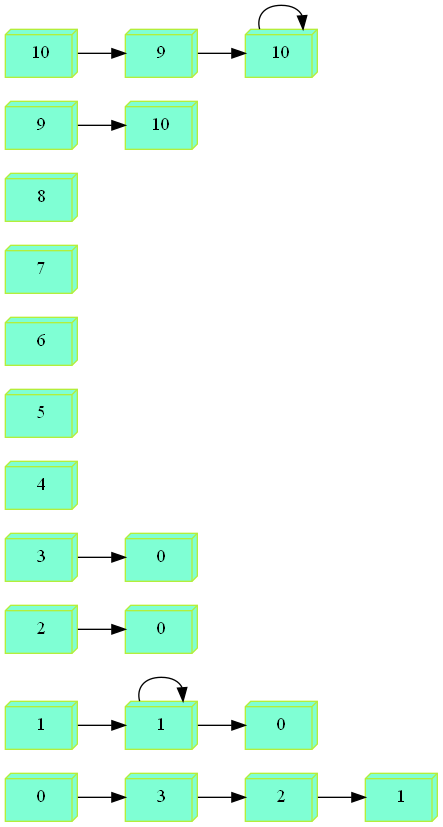
This is Fase 2/ListaAdy.png from Geuz99/-EDD_2S-BatallaNaval_201800500, a Graphviz export, as it was before one commit. Its source is kept beside it as Fase 2/ListaAdy.dot.
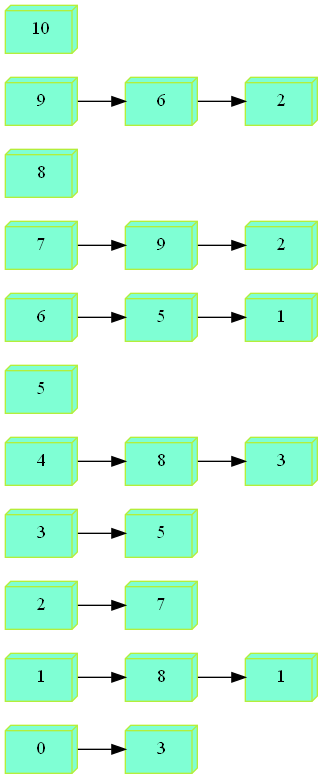
After the commit.

Change to the diagram source:
```diff
@@ -1,38 +1,39 @@
-digraph prueba{
+digraph ListaAdy{
 node [shape=box3d, style=filled, color=olivedrab2, fillcolor=aquamarine];
 rankdir=LR
  vertice0 [label = "0"];
 v0No3[label = "3"];
-v0No2[label = "2"];
-v0No1[label = "1"];
 vertice1 [label = "1"];
+v1No8[label = "8"];
 v1No1[label = "1"];
-v1No1[label = "1"];
-v1No0[label = "0"];
 vertice2 [label = "2"];
-v2No0[label = "0"];
+v2No7[label = "7"];
 vertice3 [label = "3"];
-v3No0[label = "0"];
+v3No5[label = "5"];
 vertice4 [label = "4"];
+v4No8[label = "8"];
+v4No3[label = "3"];
 vertice5 [label = "5"];
 vertice6 [label = "6"];
+v6No5[label = "5"];
+v6No1[label = "1"];
 vertice7 [label = "7"];
+v7No9[label = "9"];
+v7No2[label = "2"];
 vertice8 [label = "8"];
 vertice9 [label = "9"];
-v9No10[label = "10"];
+v9No6[label = "6"];
+v9No2[label = "2"];
 vertice10 [label = "10"];
-v10No9[label = "9"];
-v10No10[label = "10"];
-v10No10[label = "10"];
-vertice0->v0No3->v0No2->v0No1
-vertice1->v1No1->v1No1->v1No0
-vertice2->v2No0
-vertice3->v3No0
-vertice4
+vertice0->v0No3
+vertice1->v1No8->v1No1
+vertice2->v2No7
+vertice3->v3No5
+vertice4->v4No8->v4No3
 vertice5
-vertice6
-vertice7
+vertice6->v6No5->v6No1
+vertice7->v7No9->v7No2
 vertice8
-vertice9->v9No10
-vertice10->v10No9->v10No10->v10No10
+vertice9->v9No6->v9No2
+vertice10
 }
```
